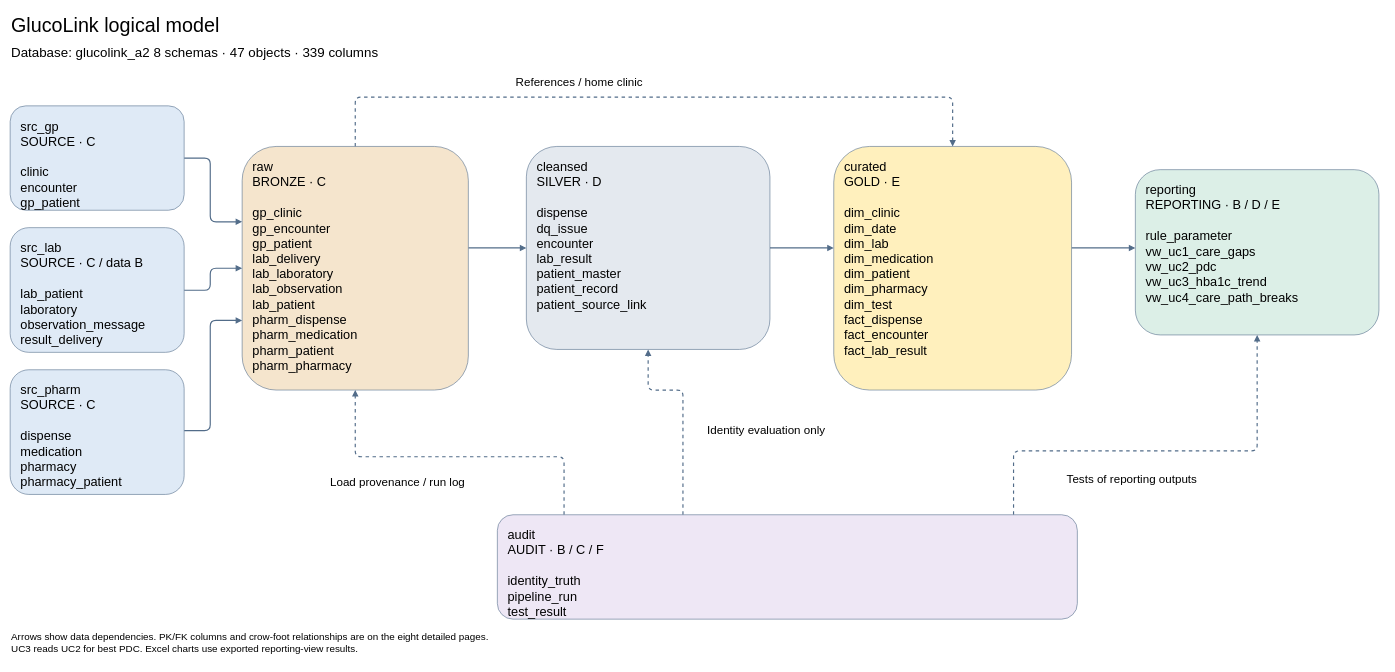
Before: page "Overview" (1 of 9) of docs/logical_model_v1.drawio in LyphardRover/glucolink-a2, a draw.io diagram. Source tidied: cells renumbered, new cells numbered last; positions are measured from the earlier drawing's top-left corner, leaving out a move shared by most shapes. Both pictures are drawn from the tidied source at 58%, with x=0, y=0 at pixel (10, 10).
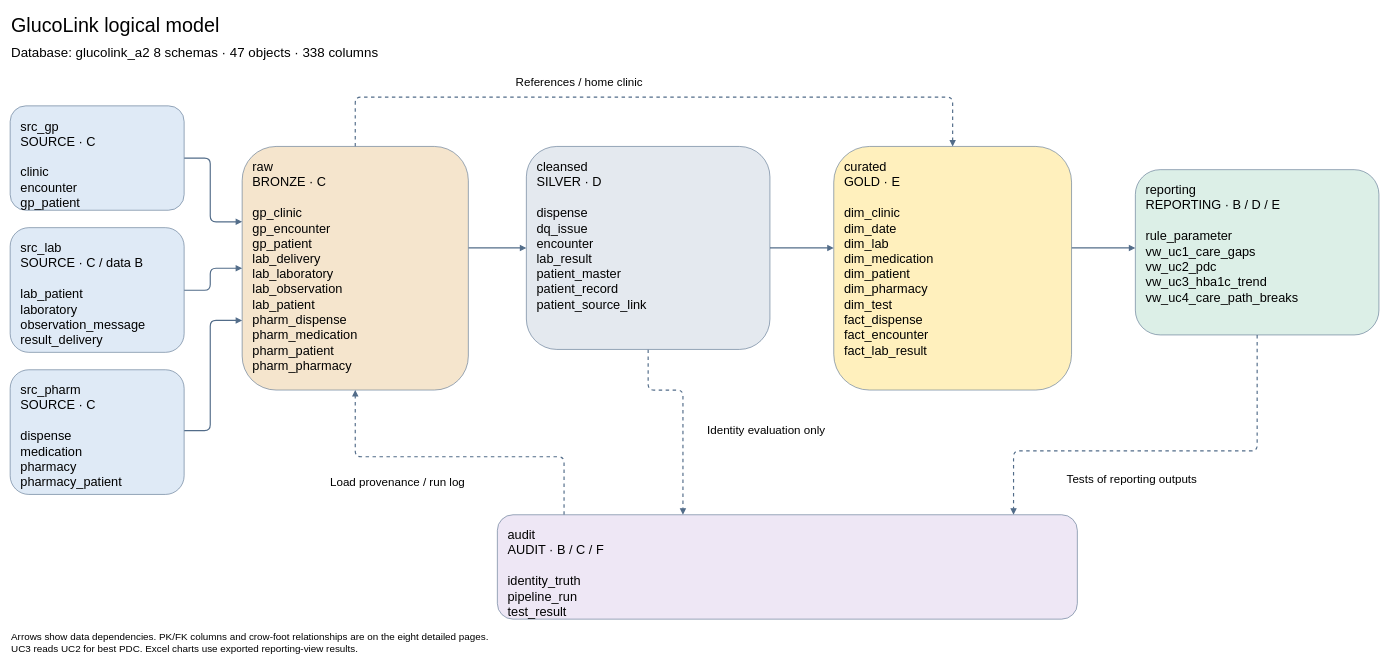
The same page after the edit.

What changed in the source:
```diff
@@
-    <mxCell id="3" value="Database: glucolink_a2     8 schemas · 47 objects · 339 columns" style="text;html=0;align=left;verticalAlign=top;fontSize=23;whiteSpace=wrap;" parent="1" vertex="1">
+    <mxCell id="3" value="Database: glucolink_a2     8 schemas · 47 objects · 338 columns" style="text;html=0;align=left;verticalAlign=top;fontSize=23;whiteSpace=wrap;" parent="1" vertex="1">
       <mxGeometry y="53" width="2300" height="45" as="geometry" />
     </mxCell>
@@
     <mxCell id="14" style="edgeStyle=none;endArrow=block;html=0;strokeColor=#526c89;strokeWidth=2;dashed=1;" parent="1" edge="1">
       <mxGeometry relative="1" as="geometry">
-        <mxPoint x="1160" y="870" as="sourcePoint" />
-        <mxPoint x="1100" y="585" as="targetPoint" />
+        <mxPoint x="1100" y="585" as="sourcePoint" />
+        <mxPoint x="1160" y="870" as="targetPoint" />
         <Array as="points">
+          <mxPoint x="1100" y="655" />
           <mxPoint x="1160" y="655" />
-          <mxPoint x="1100" y="655" />
         </Array>
       </mxGeometry>
     </mxCell>
@@
     <mxCell id="16" style="edgeStyle=none;endArrow=block;html=0;strokeColor=#526c89;strokeWidth=2;dashed=1;" parent="1" edge="1">
       <mxGeometry relative="1" as="geometry">
-        <mxPoint x="1730" y="870" as="sourcePoint" />
-        <mxPoint x="2150" y="560" as="targetPoint" />
+        <mxPoint x="2150" y="560" as="sourcePoint" />
+        <mxPoint x="1730" y="870" as="targetPoint" />
         <Array as="points">
+          <mxPoint x="2150" y="760" />
           <mxPoint x="1730" y="760" />
-          <mxPoint x="2150" y="760" />
         </Array>
       </mxGeometry>
     </mxCell>
```
